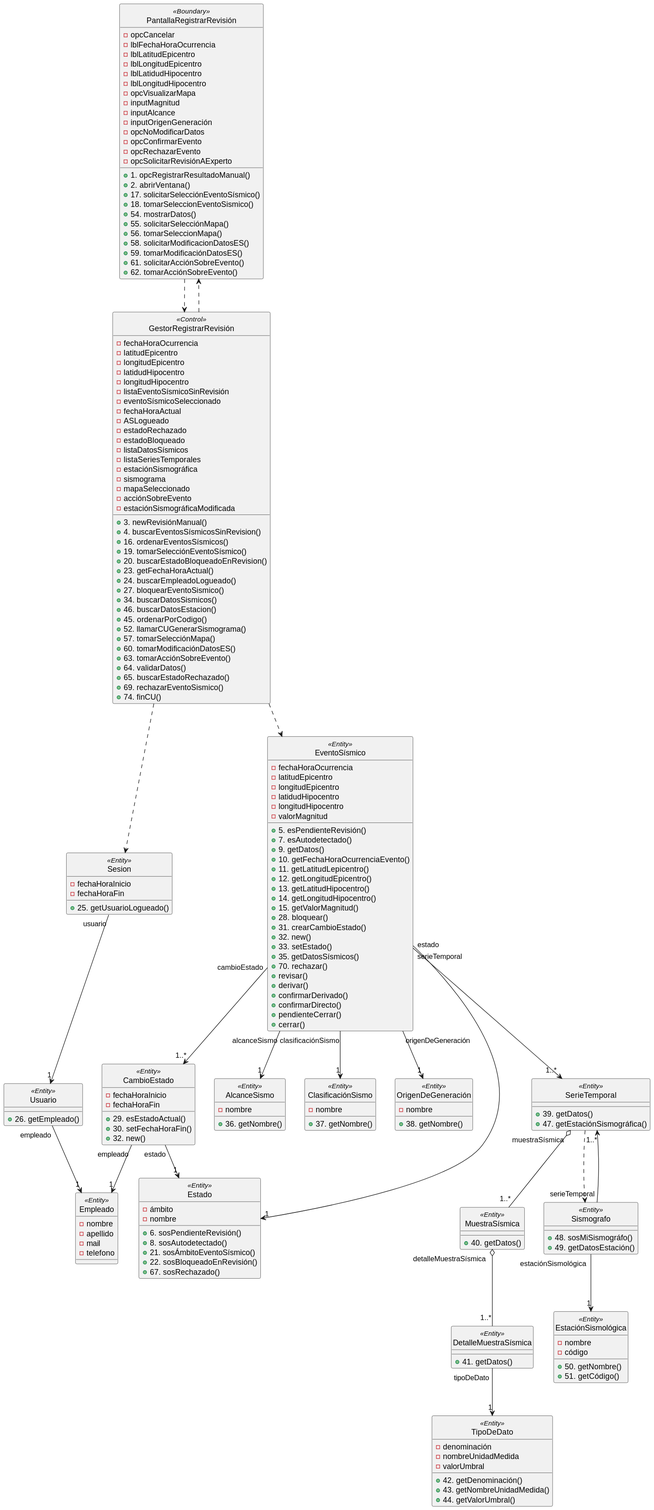
The PlantUML diagram diagramas/Diagramas/Parte_Estática_CU_23.svg in ciggyx/TPI-Grupo7, before a commit.
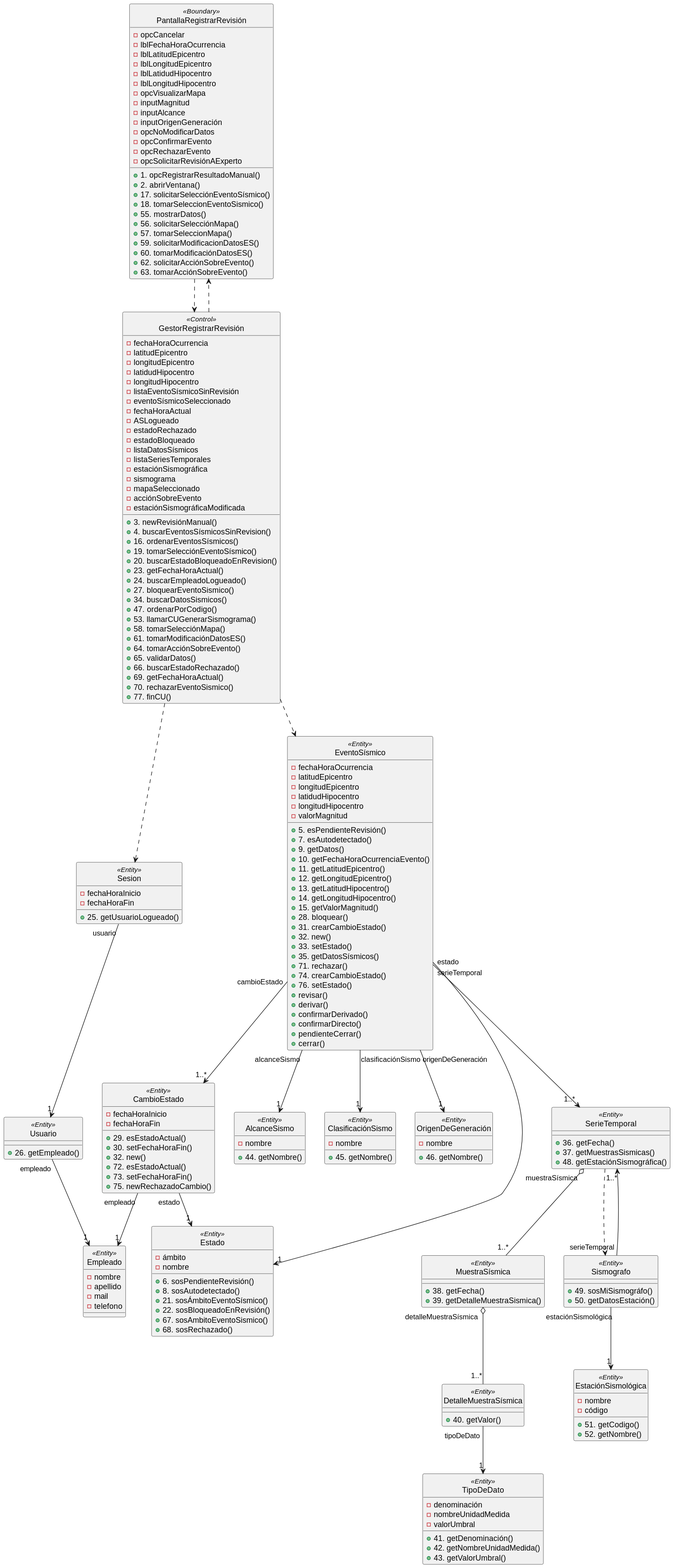
After the change.

Commit message:
Parte estatica actualizada

The edit, as a diff of the source:
```diff
@@ -21,13 +21,13 @@
     + 2. abrirVentana()
     + 17. solicitarSelecciónEventoSísmico()
     + 18. tomarSeleccionEventoSismico()
-    + 54. mostrarDatos()
-    + 55. solicitarSelecciónMapa()
-    + 56. tomarSeleccionMapa()
-    + 58. solicitarModificacionDatosES()
-    + 59. tomarModificaciónDatosES()
-    + 61. solicitarAcciónSobreEvento()
-    + 62. tomarAcciónSobreEvento()
+    + 55. mostrarDatos()
+    + 56. solicitarSelecciónMapa()
+    + 57. tomarSeleccionMapa()
+    + 59. solicitarModificacionDatosES()
+    + 60. tomarModificaciónDatosES()
+    + 62. solicitarAcciónSobreEvento()
+    + 63. tomarAcciónSobreEvento()
 }
 
 class GestorRegistrarRevisión<<Control>>{
@@ -58,16 +58,16 @@
     + 24. buscarEmpleadoLogueado()
     + 27. bloquearEventoSismico()
     + 34. buscarDatosSismicos()
-    + 46. buscarDatosEstacion()
-    + 45. ordenarPorCodigo()
-    + 52. llamarCUGenerarSismograma()
-    + 57. tomarSelecciónMapa()
-    + 60. tomarModificaciónDatosES()
-    + 63. tomarAcciónSobreEvento()
-    + 64. validarDatos()
-    + 65. buscarEstadoRechazado()
-    + 69. rechazarEventoSismico()
-    + 74. finCU()
+    + 47. ordenarPorCodigo()
+    + 53. llamarCUGenerarSismograma()
+    + 58. tomarSelecciónMapa()
+    + 61. tomarModificaciónDatosES()
+    + 64. tomarAcciónSobreEvento()
+    + 65. validarDatos()
+    + 66. buscarEstadoRechazado()
+    + 69. getFechaHoraActual()
+    + 70. rechazarEventoSismico()
+    + 77. finCU()
 }
 
 class EventoSísmico<<Entity>>{
@@ -81,7 +81,7 @@
     + 7. esAutodetectado()
     + 9. getDatos()
     + 10. getFechaHoraOcurrenciaEvento()
-    + 11. getLatitudLepicentro()
+    + 11. getLatitudEpicentro()
     + 12. getLongitudEpicentro()
     + 13. getLatitudHipocentro()
     + 14. getLongitudHipocentro()
@@ -91,7 +91,9 @@
     + 32. new()
     + 33. setEstado()
     + 35. getDatosSísmicos()
-    + 70. rechazar()
+    + 71. rechazar()
+    + 74. crearCambioEstado()
+    + 76. setEstado()
     + revisar()
     + derivar()
     + confirmarDerivado()
@@ -107,7 +109,8 @@
     + 8. sosAutodetectado()
     + 21. sosÁmbitoEventoSísmico()
     + 22. sosBloqueadoEnRevisión()
-    + 67. sosRechazado()
+    + 67. sosAmbitoEventoSismico()
+    + 68. sosRechazado()
 }
 
 class CambioEstado<<Entity>>{
@@ -116,43 +119,48 @@
     + 29. esEstadoActual()
     + 30. setFechaHoraFin()
     + 32. new()
+    + 72. esEstadoActual()
+    + 73. setFechaHoraFin()
+    + 75. newRechazadoCambio()
 }
 
 class AlcanceSismo<<Entity>>{
     - nombre
-    + 36. getNombre()
+    + 44. getNombre()
 }
 
 class ClasificaciónSismo<<Entity>>{
     - nombre
-    + 37. getNombre()
+    + 45. getNombre()
 }
 
 class OrigenDeGeneración<<Entity>>{
     - nombre
-    + 38. getNombre()
+    + 46. getNombre()
 }
 
 class SerieTemporal<<Entity>>{
-    + 39. getDatos()
-    + 47. getEstaciónSismográfica()
+    + 36. getFecha()
+    + 37. getMuestrasSismicas()
+    + 48. getEstaciónSismográfica()
 }
 
 class MuestraSísmica<<Entity>>{
-    + 40. getDatos()
+    + 38. getFecha()
+    + 39. getDetalleMuestraSismica()
 }
 
 class DetalleMuestraSísmica<<Entity>>{
-    + 41. getDatos()
+    + 40. getValor()
 }
 
 class TipoDeDato<<Entity>>{
     - denominación
     - nombreUnidadMedida
     - valorUmbral
-    + 42. getDenominación()
-    + 43. getNombreUnidadMedida()
-    + 44. getValorUmbral()
+    + 41. getDenominación()
+    + 42. getNombreUnidadMedida()
+    + 43. getValorUmbral()
 }
 
 class Sesion<<Entity>>{
@@ -173,15 +181,15 @@
 }
 
 class Sismografo<<Entity>>{
-    + 48. sosMiSismográfo()
-    + 49. getDatosEstación()
+    + 49. sosMiSismográfo()
+    + 50. getDatosEstación()
 }
 
 class EstaciónSismológica<<Entity>>{
     - nombre
     - código
-    + 50. getNombre()
-    + 51. getCódigo()
+    + 51. getCodigo()
+    + 52. getNombre()
 }
 Sesion "usuario" --> "1" Usuario
 Usuario "empleado" --> "1" Empleado
```
